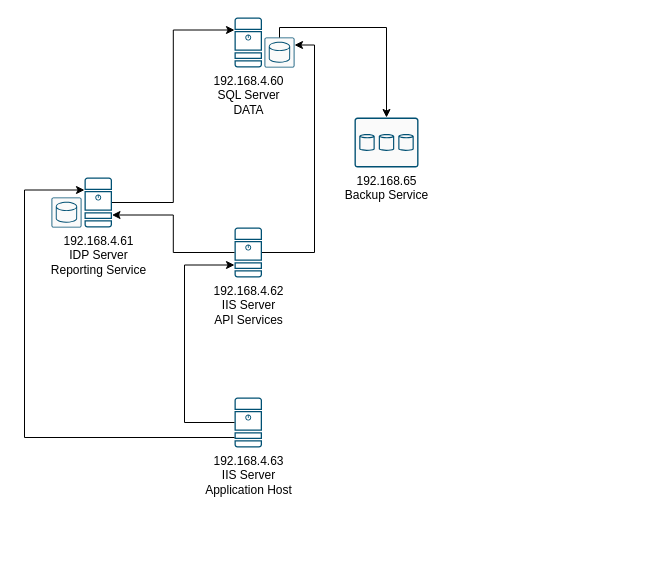
osvcarign/charts keeps this draw.io diagram as Untitled Diagram.drawio. Above is the earlier version. Source tidied: cells renumbered, new cells numbered last; positions are measured from the earlier drawing's top-left corner, leaving out a move shared by most shapes. Both pictures are drawn from the tidied source at 100%, with x=0, y=0 at pixel (24, 17).
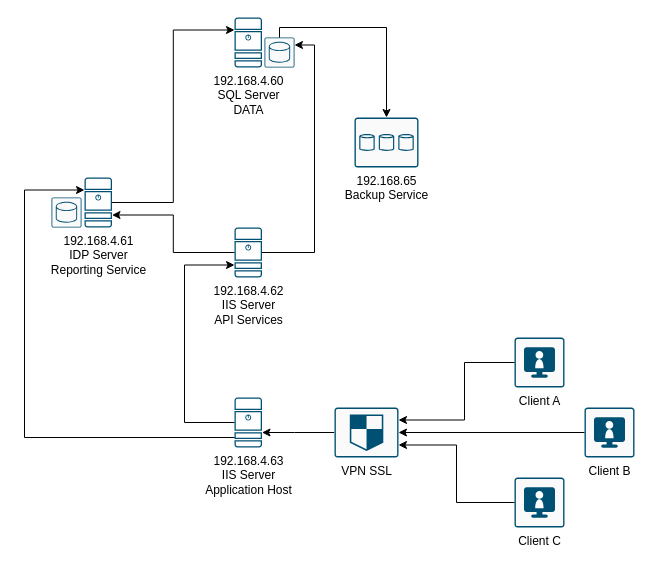
After the change.

Commit message:
VPN SSL, Clients

Unchanged cells that the change refers to:
```xml
<mxCell id="12" value="192.168.4.63&lt;br&gt;&lt;div&gt;IIS Server&lt;br&gt;&lt;/div&gt;&lt;div&gt;Application Host&lt;/div&gt;" style="sketch=0;points=[[0.015,0.015,0],[0.985,0.015,0],[0.985,0.985,0],[0.015,0.985,0],[0.25,0,0],[0.5,0,0],[0.75,0,0],[1,0.25,0],[1,0.5,0],[1,0.75,0],[0.75,1,0],[0.5,1,0],[0.25,1,0],[0,0.75,0],[0,0.5,0],[0,0.25,0]];verticalLabelPosition=bottom;html=1;verticalAlign=top;align=center;shape=mxgraph.cisco19.server;fillColor=#005073;strokeColor=none;" parent="1" vertex="1">
  <mxGeometry x="210" y="380" width="27.5" height="50" as="geometry" />
</mxCell>
```

Diff of the diagram source:
```diff
@@
+    <mxCell id="17" style="edgeStyle=orthogonalEdgeStyle;rounded=0;jettySize=auto;html=1;" parent="1" edge="1" source="18" target="12">
+      <mxGeometry relative="1" as="geometry">
+        <Array as="points">
+          <mxPoint x="270" y="415" />
+          <mxPoint x="270" y="415" />
+        </Array>
+      </mxGeometry>
+    </mxCell>
+    <mxCell id="18" value="VPN SSL" style="sketch=0;points=[[0.015,0.015,0],[0.985,0.015,0],[0.985,0.985,0],[0.015,0.985,0],[0.25,0,0],[0.5,0,0],[0.75,0,0],[1,0.25,0],[1,0.5,0],[1,0.75,0],[0.75,1,0],[0.5,1,0],[0.25,1,0],[0,0.75,0],[0,0.5,0],[0,0.25,0]];verticalLabelPosition=bottom;html=1;verticalAlign=top;align=center;shape=mxgraph.cisco19.rect;prIcon=shield;fillColor=#FAFAFA;strokeColor=#005073;" parent="1" vertex="1">
+      <mxGeometry x="310" y="390" width="64" height="50" as="geometry" />
+    </mxCell>
+    <mxCell id="19" value="Client A" style="sketch=0;points=[[0.015,0.015,0],[0.985,0.015,0],[0.985,0.985,0],[0.015,0.985,0],[0.25,0,0],[0.5,0,0],[0.75,0,0],[1,0.25,0],[1,0.5,0],[1,0.75,0],[0.75,1,0],[0.5,1,0],[0.25,1,0],[0,0.75,0],[0,0.5,0],[0,0.25,0]];verticalLabelPosition=bottom;html=1;verticalAlign=top;align=center;shape=mxgraph.cisco19.rect;prIcon=telepresence_endpoint;fillColor=#FAFAFA;strokeColor=#005073;" parent="1" vertex="1">
+      <mxGeometry x="490" y="320" width="50" height="50" as="geometry" />
+    </mxCell>
+    <mxCell id="20" value="Client B" style="sketch=0;points=[[0.015,0.015,0],[0.985,0.015,0],[0.985,0.985,0],[0.015,0.985,0],[0.25,0,0],[0.5,0,0],[0.75,0,0],[1,0.25,0],[1,0.5,0],[1,0.75,0],[0.75,1,0],[0.5,1,0],[0.25,1,0],[0,0.75,0],[0,0.5,0],[0,0.25,0]];verticalLabelPosition=bottom;html=1;verticalAlign=top;align=center;shape=mxgraph.cisco19.rect;prIcon=telepresence_endpoint;fillColor=#FAFAFA;strokeColor=#005073;" parent="1" vertex="1">
+      <mxGeometry x="560" y="390" width="50" height="50" as="geometry" />
+    </mxCell>
+    <mxCell id="21" value="Client C" style="sketch=0;points=[[0.015,0.015,0],[0.985,0.015,0],[0.985,0.985,0],[0.015,0.985,0],[0.25,0,0],[0.5,0,0],[0.75,0,0],[1,0.25,0],[1,0.5,0],[1,0.75,0],[0.75,1,0],[0.5,1,0],[0.25,1,0],[0,0.75,0],[0,0.5,0],[0,0.25,0]];verticalLabelPosition=bottom;html=1;verticalAlign=top;align=center;shape=mxgraph.cisco19.rect;prIcon=telepresence_endpoint;fillColor=#FAFAFA;strokeColor=#005073;" parent="1" vertex="1">
+      <mxGeometry x="490" y="460" width="50" height="50" as="geometry" />
+    </mxCell>
+    <mxCell id="22" style="edgeStyle=orthogonalEdgeStyle;rounded=0;jettySize=auto;html=1;entryX=1;entryY=0.25;entryDx=0;entryDy=0;entryPerimeter=0;" parent="1" edge="1" source="19" target="18">
+      <mxGeometry relative="1" as="geometry">
+        <Array as="points">
+          <mxPoint x="440" y="345" />
+          <mxPoint x="440" y="403" />
+        </Array>
+      </mxGeometry>
+    </mxCell>
+    <mxCell id="23" style="edgeStyle=orthogonalEdgeStyle;rounded=0;jettySize=auto;html=1;entryX=1;entryY=0.5;entryDx=0;entryDy=0;entryPerimeter=0;" parent="1" edge="1" source="20" target="18">
+      <mxGeometry relative="1" as="geometry" />
+    </mxCell>
+    <mxCell id="24" style="edgeStyle=orthogonalEdgeStyle;rounded=0;jettySize=auto;html=1;entryX=1;entryY=0.75;entryDx=0;entryDy=0;entryPerimeter=0;" parent="1" edge="1" source="21" target="18">
+      <mxGeometry relative="1" as="geometry" />
+    </mxCell>
```
